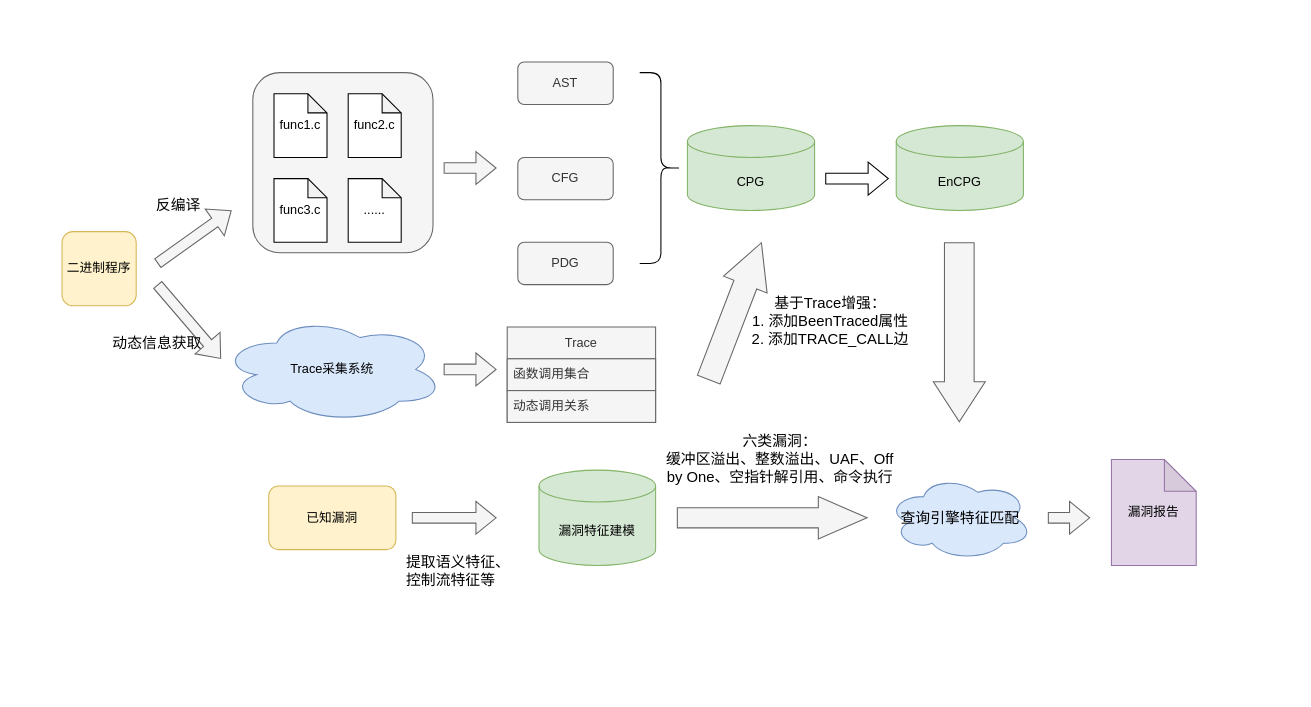
hourhl/Draw-io keeps this draw.io diagram as MindMap/总体方案.drawio. Above is the earlier version. Source tidied: cells renumbered, new cells numbered last; positions are measured from the earlier drawing's top-left corner, leaving out a move shared by most shapes. Both pictures are drawn from the tidied source at 106%, with x=0, y=0 at pixel (61, 61).
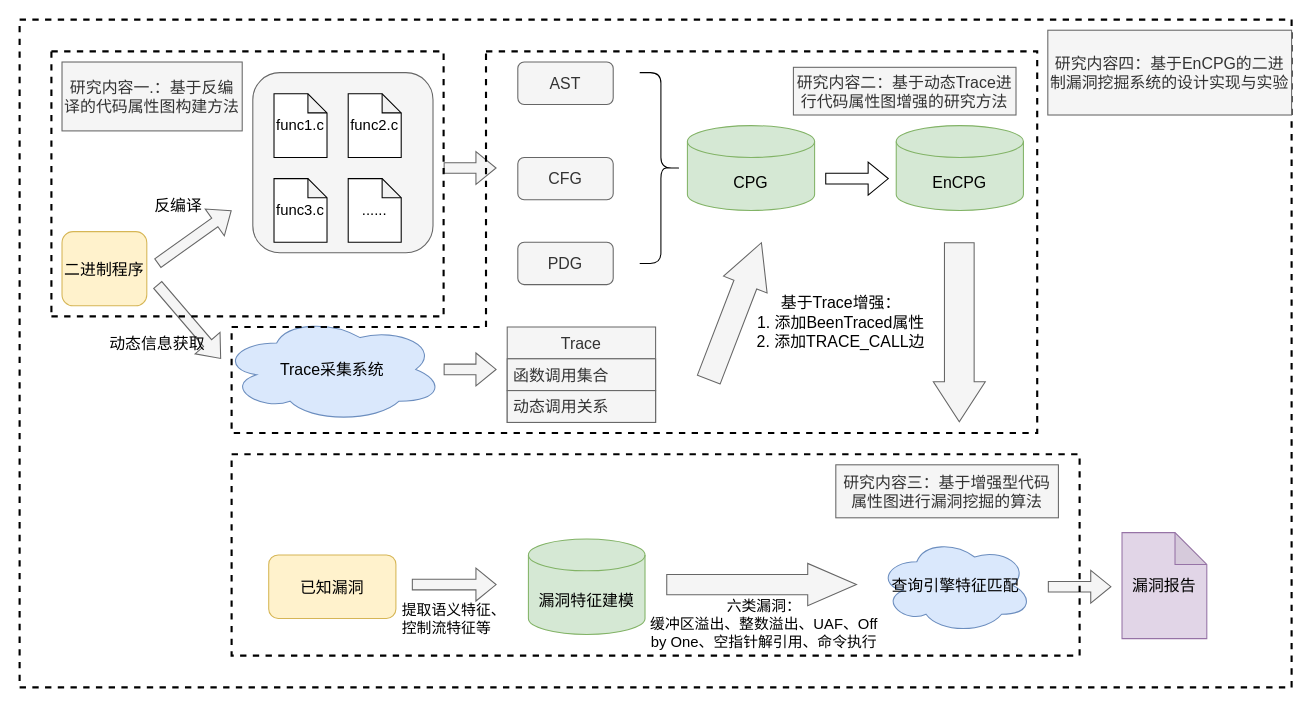
The same page after the edit.

Commit message:
更新总体方案.drawio

What changed in the source:
```diff
@@
-    <mxCell id="2" value="二进制程序" style="rounded=1;whiteSpace=wrap;html=1;fillColor=#fff2cc;strokeColor=#d6b656;" parent="1" vertex="1">
-      <mxGeometry y="160" width="70" height="70" as="geometry" />
+    <mxCell id="2" value="&lt;font style=&quot;font-size: 15px;&quot;&gt;二进制程序&lt;/font&gt;" style="rounded=1;whiteSpace=wrap;html=1;fillColor=#fff2cc;strokeColor=#d6b656;" parent="1" vertex="1">
+      <mxGeometry y="160" width="80" height="70" as="geometry" />
     </mxCell>
@@
-    <mxCell id="4" value="func1.c" style="shape=note;whiteSpace=wrap;html=1;backgroundOutline=1;darkOpacity=0.05;size=18;" parent="1" vertex="1">
+    <mxCell id="4" value="&lt;font style=&quot;font-size: 14px;&quot;&gt;func1.c&lt;/font&gt;" style="shape=note;whiteSpace=wrap;html=1;backgroundOutline=1;darkOpacity=0.05;size=18;" parent="1" vertex="1">
       <mxGeometry x="200" y="30" width="50" height="60" as="geometry" />
     </mxCell>
-    <mxCell id="5" value="func2.c" style="shape=note;whiteSpace=wrap;html=1;backgroundOutline=1;darkOpacity=0.05;size=18;" parent="1" vertex="1">
+    <mxCell id="5" value="&lt;font style=&quot;font-size: 14px;&quot;&gt;func2.c&lt;/font&gt;" style="shape=note;whiteSpace=wrap;html=1;backgroundOutline=1;darkOpacity=0.05;size=18;" parent="1" vertex="1">
       <mxGeometry x="270" y="30" width="50" height="60" as="geometry" />
     </mxCell>
-    <mxCell id="6" value="func3.c" style="shape=note;whiteSpace=wrap;html=1;backgroundOutline=1;darkOpacity=0.05;size=18;" parent="1" vertex="1">
+    <mxCell id="6" value="&lt;font style=&quot;font-size: 14px;&quot;&gt;func3.c&lt;/font&gt;" style="shape=note;whiteSpace=wrap;html=1;backgroundOutline=1;darkOpacity=0.05;size=18;" parent="1" vertex="1">
       <mxGeometry x="200" y="110" width="50" height="60" as="geometry" />
     </mxCell>
-    <mxCell id="7" value="......" style="shape=note;whiteSpace=wrap;html=1;backgroundOutline=1;darkOpacity=0.05;size=18;" parent="1" vertex="1">
+    <mxCell id="7" value="&lt;font style=&quot;font-size: 14px;&quot;&gt;......&lt;/font&gt;" style="shape=note;whiteSpace=wrap;html=1;backgroundOutline=1;darkOpacity=0.05;size=18;" parent="1" vertex="1">
       <mxGeometry x="270" y="110" width="50" height="60" as="geometry" />
     </mxCell>
@@
-    <mxCell id="9" value="AST" style="rounded=1;whiteSpace=wrap;html=1;fillColor=#f5f5f5;fontColor=#333333;strokeColor=#666666;" parent="1" vertex="1">
+    <mxCell id="9" value="&lt;font style=&quot;font-size: 15px;&quot;&gt;AST&lt;/font&gt;" style="rounded=1;whiteSpace=wrap;html=1;fillColor=#f5f5f5;fontColor=#333333;strokeColor=#666666;" parent="1" vertex="1">
       <mxGeometry x="430" width="90" height="40" as="geometry" />
     </mxCell>
-    <mxCell id="10" value="CFG" style="rounded=1;whiteSpace=wrap;html=1;fillColor=#f5f5f5;fontColor=#333333;strokeColor=#666666;" parent="1" vertex="1">
+    <mxCell id="10" value="&lt;font style=&quot;font-size: 15px;&quot;&gt;CFG&lt;/font&gt;" style="rounded=1;whiteSpace=wrap;html=1;fillColor=#f5f5f5;fontColor=#333333;strokeColor=#666666;" parent="1" vertex="1">
       <mxGeometry x="430" y="90" width="90" height="40" as="geometry" />
     </mxCell>
-    <mxCell id="11" value="PDG" style="rounded=1;whiteSpace=wrap;html=1;fillColor=#f5f5f5;fontColor=#333333;strokeColor=#666666;" parent="1" vertex="1">
+    <mxCell id="11" value="&lt;font style=&quot;font-size: 15px;&quot;&gt;PDG&lt;/font&gt;" style="rounded=1;whiteSpace=wrap;html=1;fillColor=#f5f5f5;fontColor=#333333;strokeColor=#666666;" parent="1" vertex="1">
       <mxGeometry x="430" y="170" width="90" height="40" as="geometry" />
     </mxCell>
@@
-    <mxCell id="13" value="CPG" style="shape=cylinder3;whiteSpace=wrap;html=1;boundedLbl=1;backgroundOutline=1;size=15;fillColor=#d5e8d4;strokeColor=#82b366;" parent="1" vertex="1">
+    <mxCell id="13" value="&lt;font style=&quot;font-size: 15px;&quot;&gt;CPG&lt;/font&gt;" style="shape=cylinder3;whiteSpace=wrap;html=1;boundedLbl=1;backgroundOutline=1;size=15;fillColor=#d5e8d4;strokeColor=#82b366;" parent="1" vertex="1">
       <mxGeometry x="590" y="60" width="120" height="80" as="geometry" />
     </mxCell>
-    <mxCell id="14" value="Trace采集系统" style="ellipse;shape=cloud;whiteSpace=wrap;html=1;fillColor=#dae8fc;strokeColor=#6c8ebf;" parent="1" vertex="1">
+    <mxCell id="14" value="&lt;font style=&quot;font-size: 15px;&quot;&gt;Trace采集系统&lt;/font&gt;" style="ellipse;shape=cloud;whiteSpace=wrap;html=1;fillColor=#dae8fc;strokeColor=#6c8ebf;" parent="1" vertex="1">
       <mxGeometry x="150" y="240" width="210" height="100" as="geometry" />
     </mxCell>
-    <mxCell id="15" value="Trace" style="swimlane;fontStyle=0;horizontal=1;startSize=30;whiteSpace=wrap;html=1;fillColor=#f5f5f5;fontColor=#333333;strokeColor=#666666;" parent="1" vertex="1">
+    <mxCell id="15" value="&lt;font style=&quot;font-size: 15px;&quot;&gt;Trace&lt;/font&gt;" style="swimlane;fontStyle=0;horizontal=1;startSize=30;whiteSpace=wrap;html=1;fillColor=#f5f5f5;fontColor=#333333;strokeColor=#666666;" parent="1" vertex="1">
       <mxGeometry x="420" y="250" width="140" height="90" as="geometry" />
     </mxCell>
-    <mxCell id="16" value="函数调用集合" style="text;strokeColor=#666666;fillColor=#f5f5f5;align=left;verticalAlign=middle;spacingLeft=4;spacingRight=4;overflow=hidden;whiteSpace=wrap;html=1;fontColor=#333333;" parent="15" vertex="1">
+    <mxCell id="16" value="&lt;font style=&quot;font-size: 15px;&quot;&gt;函数调用集合&lt;/font&gt;" style="text;strokeColor=#666666;fillColor=#f5f5f5;align=left;verticalAlign=middle;spacingLeft=4;spacingRight=4;overflow=hidden;whiteSpace=wrap;html=1;fontColor=#333333;" parent="15" vertex="1">
       <mxGeometry y="30" width="140" height="30" as="geometry" />
     </mxCell>
-    <mxCell id="17" value="动态调用关系" style="text;strokeColor=#666666;fillColor=#f5f5f5;align=left;verticalAlign=middle;spacingLeft=4;spacingRight=4;overflow=hidden;whiteSpace=wrap;html=1;fontColor=#333333;" parent="15" vertex="1">
+    <mxCell id="17" value="&lt;font style=&quot;font-size: 15px;&quot;&gt;动态调用关系&lt;/font&gt;" style="text;strokeColor=#666666;fillColor=#f5f5f5;align=left;verticalAlign=middle;spacingLeft=4;spacingRight=4;overflow=hidden;whiteSpace=wrap;html=1;fontColor=#333333;" parent="15" vertex="1">
       <mxGeometry y="60" width="140" height="30" as="geometry" />
     </mxCell>
@@
-    <mxCell id="20" value="EnCPG" style="shape=cylinder3;whiteSpace=wrap;html=1;boundedLbl=1;backgroundOutline=1;size=15;fillColor=#d5e8d4;strokeColor=#82b366;" parent="1" vertex="1">
+    <mxCell id="20" value="&lt;font style=&quot;font-size: 15px;&quot;&gt;EnCPG&lt;/font&gt;" style="shape=cylinder3;whiteSpace=wrap;html=1;boundedLbl=1;backgroundOutline=1;size=15;fillColor=#d5e8d4;strokeColor=#82b366;" parent="1" vertex="1">
       <mxGeometry x="787" y="60" width="120" height="80" as="geometry" />
     </mxCell>
@@
-    <mxCell id="24" value="&lt;font style=&quot;font-size: 14px;&quot;&gt;反编译&lt;/font&gt;" style="text;html=1;whiteSpace=wrap;strokeColor=none;fillColor=none;align=center;verticalAlign=middle;rounded=0;" parent="1" vertex="1">
+    <mxCell id="24" value="&lt;font style=&quot;font-size: 15px;&quot;&gt;反编译&lt;/font&gt;" style="text;html=1;whiteSpace=wrap;strokeColor=none;fillColor=none;align=center;verticalAlign=middle;rounded=0;" parent="1" vertex="1">
       <mxGeometry x="80" y="120" width="60" height="30" as="geometry" />
     </mxCell>
-    <mxCell id="25" value="&lt;font style=&quot;font-size: 14px;&quot;&gt;动态信息获取&lt;/font&gt;" style="text;html=1;whiteSpace=wrap;strokeColor=none;fillColor=none;align=center;verticalAlign=middle;rounded=0;" parent="1" vertex="1">
+    <mxCell id="25" value="&lt;font style=&quot;font-size: 15px;&quot;&gt;动态信息获取&lt;/font&gt;" style="text;html=1;whiteSpace=wrap;strokeColor=none;fillColor=none;align=center;verticalAlign=middle;rounded=0;" parent="1" vertex="1">
       <mxGeometry x="40" y="250" width="100" height="30" as="geometry" />
     </mxCell>
-    <mxCell id="26" value="&lt;font style=&quot;font-size: 14px;&quot;&gt;基于Trace增强：&lt;/font&gt;&lt;div&gt;&lt;font style=&quot;font-size: 14px;&quot;&gt;1. 添加BeenTraced属性&lt;/font&gt;&lt;/div&gt;&lt;div&gt;&lt;font style=&quot;font-size: 14px;&quot;&gt;2. 添加TRACE_CALL边&lt;/font&gt;&lt;/div&gt;" style="text;html=1;whiteSpace=wrap;strokeColor=none;fillColor=none;align=center;verticalAlign=middle;rounded=0;" parent="1" vertex="1">
-      <mxGeometry x="650" y="230" width="150" height="30" as="geometry" />
+    <mxCell id="26" value="&lt;font style=&quot;font-size: 15px;&quot;&gt;基于Trace增强：&lt;/font&gt;&lt;div&gt;&lt;font style=&quot;font-size: 15px;&quot;&gt;1. 添加BeenTraced属性&lt;/font&gt;&lt;/div&gt;&lt;div&gt;&lt;font style=&quot;font-size: 15px;&quot;&gt;2. 添加TRACE_CALL边&lt;/font&gt;&lt;/div&gt;" style="text;html=1;whiteSpace=wrap;strokeColor=none;fillColor=none;align=center;verticalAlign=middle;rounded=0;" parent="1" vertex="1">
+      <mxGeometry x="650" y="230" width="170" height="30" as="geometry" />
     </mxCell>
-    <mxCell id="27" value="已知漏洞" style="rounded=1;whiteSpace=wrap;html=1;fillColor=#fff2cc;strokeColor=#d6b656;" parent="1" vertex="1">
-      <mxGeometry x="195" y="400" width="120" height="60" as="geometry" />
+    <mxCell id="27" value="&lt;font style=&quot;font-size: 15px;&quot;&gt;已知漏洞&lt;/font&gt;" style="rounded=1;whiteSpace=wrap;html=1;fillColor=#fff2cc;strokeColor=#d6b656;" parent="1" vertex="1">
+      <mxGeometry x="195" y="465" width="120" height="60" as="geometry" />
     </mxCell>
-    <mxCell id="28" value="漏洞特征建模" style="shape=cylinder3;whiteSpace=wrap;html=1;boundedLbl=1;backgroundOutline=1;size=15;fillColor=#d5e8d4;strokeColor=#82b366;" parent="1" vertex="1">
-      <mxGeometry x="450" y="385" width="110" height="90" as="geometry" />
+    <mxCell id="28" value="&lt;font style=&quot;font-size: 15px;&quot;&gt;漏洞特征建模&lt;/font&gt;" style="shape=cylinder3;whiteSpace=wrap;html=1;boundedLbl=1;backgroundOutline=1;size=15;fillColor=#d5e8d4;strokeColor=#82b366;" parent="1" vertex="1">
+      <mxGeometry x="440" y="450" width="110" height="90" as="geometry" />
     </mxCell>
     <mxCell id="29" style="shape=flexArrow;endArrow=classic;html=1;rounded=0;fillColor=#f5f5f5;strokeColor=#666666;" parent="1" edge="1">
       <mxGeometry relative="1" as="geometry">
-        <mxPoint x="330" y="430" as="sourcePoint" />
-        <mxPoint x="410" y="430" as="targetPoint" />
+        <mxPoint x="330" y="493" as="sourcePoint" />
+        <mxPoint x="410" y="493" as="targetPoint" />
       </mxGeometry>
     </mxCell>
     <mxCell id="30" value="&lt;div style=&quot;text-align: justify;&quot;&gt;&lt;span style=&quot;font-size: 14px; background-color: transparent; color: light-dark(rgb(0, 0, 0), rgb(255, 255, 255));&quot;&gt;提取语义特征、控制流特征等&lt;/span&gt;&lt;/div&gt;" style="text;html=1;whiteSpace=wrap;strokeColor=none;fillColor=none;align=center;verticalAlign=middle;rounded=0;" parent="1" vertex="1">
-      <mxGeometry x="324" y="465" width="100" height="30" as="geometry" />
+      <mxGeometry x="320" y="510" width="100" height="30" as="geometry" />
     </mxCell>
-    <mxCell id="31" value="&lt;div style=&quot;text-align: justify;&quot;&gt;&lt;span style=&quot;background-color: transparent; color: light-dark(rgb(0, 0, 0), rgb(255, 255, 255));&quot;&gt;&lt;font style=&quot;font-size: 14px;&quot;&gt;查询引擎特征匹配&lt;/font&gt;&lt;/span&gt;&lt;/div&gt;" style="ellipse;shape=cloud;whiteSpace=wrap;html=1;fillColor=#dae8fc;strokeColor=#6c8ebf;" parent="1" vertex="1">
-      <mxGeometry x="778.5" y="390" width="137" height="80" as="geometry" />
+    <mxCell id="31" value="&lt;div style=&quot;text-align: justify;&quot;&gt;&lt;span style=&quot;background-color: transparent; color: light-dark(rgb(0, 0, 0), rgb(255, 255, 255));&quot;&gt;&lt;font style=&quot;font-size: 15px;&quot;&gt;查询引擎特征匹配&lt;/font&gt;&lt;/span&gt;&lt;/div&gt;" style="ellipse;shape=cloud;whiteSpace=wrap;html=1;fillColor=#dae8fc;strokeColor=#6c8ebf;" parent="1" vertex="1">
+      <mxGeometry x="770" y="449" width="145.5" height="90" as="geometry" />
     </mxCell>
-    <mxCell id="32" value="漏洞报告" style="shape=note;whiteSpace=wrap;html=1;backgroundOutline=1;darkOpacity=0.05;fillColor=#e1d5e7;strokeColor=#9673a6;" parent="1" vertex="1">
-      <mxGeometry x="990" y="375" width="80" height="100" as="geometry" />
+    <mxCell id="32" value="&lt;font style=&quot;font-size: 15px;&quot;&gt;漏洞报告&lt;/font&gt;" style="shape=note;whiteSpace=wrap;html=1;backgroundOutline=1;darkOpacity=0.05;fillColor=#e1d5e7;strokeColor=#9673a6;" parent="1" vertex="1">
+      <mxGeometry x="1000" y="444" width="80" height="100" as="geometry" />
     </mxCell>
@@
     <mxCell id="34" style="shape=flexArrow;endArrow=classic;html=1;rounded=0;width=19;endSize=15;fillColor=#f5f5f5;strokeColor=#666666;" parent="1" edge="1">
       <mxGeometry relative="1" as="geometry">
-        <mxPoint x="580" y="430" as="sourcePoint" />
-        <mxPoint x="760" y="430" as="targetPoint" />
+        <mxPoint x="570" y="493" as="sourcePoint" />
+        <mxPoint x="750" y="493" as="targetPoint" />
       </mxGeometry>
     </mxCell>
     <mxCell id="35" style="shape=flexArrow;endArrow=classic;html=1;rounded=0;fillColor=#f5f5f5;strokeColor=#666666;" parent="1" edge="1">
       <mxGeometry relative="1" as="geometry">
-        <mxPoint x="930" y="430" as="sourcePoint" />
-        <mxPoint x="970" y="430" as="targetPoint" />
+        <mxPoint x="930" y="495" as="sourcePoint" />
+        <mxPoint x="990" y="495" as="targetPoint" />
       </mxGeometry>
     </mxCell>
     <mxCell id="36" value="&lt;font style=&quot;font-size: 14px;&quot;&gt;六类漏洞：&lt;/font&gt;&lt;div&gt;&lt;font style=&quot;font-size: 14px;&quot;&gt;缓冲区溢出、&lt;/font&gt;&lt;span style=&quot;font-size: 14px; background-color: transparent; color: light-dark(rgb(0, 0, 0), rgb(255, 255, 255));&quot;&gt;整数溢出、&lt;/span&gt;&lt;span style=&quot;font-size: 14px; background-color: transparent; color: light-dark(rgb(0, 0, 0), rgb(255, 255, 255));&quot;&gt;UAF、&lt;/span&gt;&lt;span style=&quot;font-size: 14px; background-color: transparent; color: light-dark(rgb(0, 0, 0), rgb(255, 255, 255));&quot;&gt;Off by One、&lt;/span&gt;&lt;span style=&quot;font-size: 14px; background-color: transparent; color: light-dark(rgb(0, 0, 0), rgb(255, 255, 255));&quot;&gt;空指针解引用、&lt;/span&gt;&lt;span style=&quot;font-size: 14px; background-color: transparent; color: light-dark(rgb(0, 0, 0), rgb(255, 255, 255));&quot;&gt;命令执行&lt;/span&gt;&lt;/div&gt;" style="text;html=1;whiteSpace=wrap;strokeColor=none;fillColor=none;align=center;verticalAlign=middle;rounded=0;" parent="1" vertex="1">
-      <mxGeometry x="560" y="340" width="235" height="70" as="geometry" />
+      <mxGeometry x="545" y="495" width="235" height="70" as="geometry" />
     </mxCell>
+    <mxCell id="37" style="endArrow=none;dashed=1;html=1;rounded=0;strokeWidth=2;" parent="1" edge="1">
+      <mxGeometry relative="1" as="geometry">
+        <mxPoint x="-10" y="-10" as="sourcePoint" />
+        <mxPoint x="-10" y="240" as="targetPoint" />
+        <Array as="points">
+          <mxPoint x="360" y="-10" />
+          <mxPoint x="360" y="240" />
+        </Array>
+      </mxGeometry>
+    </mxCell>
+    <mxCell id="38" style="endArrow=none;dashed=1;html=1;rounded=0;strokeWidth=2;" parent="1" edge="1">
+      <mxGeometry relative="1" as="geometry">
+        <mxPoint x="-10" y="-10" as="sourcePoint" />
+        <mxPoint x="-10" y="240" as="targetPoint" />
+      </mxGeometry>
+    </mxCell>
+    <mxCell id="39" value="&lt;font style=&quot;font-size: 15px;&quot;&gt;研究内容一.：基于反编译的代码属性图构建方法&lt;/font&gt;" style="text;html=1;whiteSpace=wrap;strokeColor=#666666;fillColor=#f5f5f5;align=center;verticalAlign=middle;rounded=0;fontColor=#333333;" parent="1" vertex="1">
+      <mxGeometry width="170" height="65" as="geometry" />
+    </mxCell>
+    <mxCell id="40" style="endArrow=none;dashed=1;html=1;rounded=0;strokeWidth=2;" parent="1" edge="1">
+      <mxGeometry relative="1" as="geometry">
+        <mxPoint x="400" y="-10" as="sourcePoint" />
+        <mxPoint x="400" y="-10" as="targetPoint" />
+        <Array as="points">
+          <mxPoint x="920" y="-10" />
+          <mxPoint x="920" y="350" />
+          <mxPoint x="160" y="350" />
+          <mxPoint x="160" y="250" />
+          <mxPoint x="400" y="250" />
+        </Array>
+      </mxGeometry>
+    </mxCell>
+    <mxCell id="41" value="&lt;font style=&quot;font-size: 15px;&quot;&gt;研究内容二：基于动态Trace进行代码属性图增强的研究方法&lt;/font&gt;" style="text;html=1;whiteSpace=wrap;strokeColor=#666666;fillColor=#f5f5f5;align=center;verticalAlign=middle;rounded=0;fontColor=#333333;" parent="1" vertex="1">
+      <mxGeometry x="690" y="5" width="210" height="45" as="geometry" />
+    </mxCell>
+    <mxCell id="42" style="endArrow=none;dashed=1;html=1;rounded=0;strokeWidth=2;" parent="1" edge="1">
+      <mxGeometry relative="1" as="geometry">
+        <mxPoint x="160" y="370" as="sourcePoint" />
+        <mxPoint x="160" y="370" as="targetPoint" />
+        <Array as="points">
+          <mxPoint x="560" y="370" />
+          <mxPoint x="960" y="370" />
+          <mxPoint x="960" y="560" />
+          <mxPoint x="550" y="560" />
+          <mxPoint x="160" y="560" />
+        </Array>
+      </mxGeometry>
+    </mxCell>
+    <mxCell id="43" value="&lt;font style=&quot;font-size: 15px;&quot;&gt;研究内容三：基于增强型代码属性图进行漏洞挖掘的算法&lt;/font&gt;" style="text;html=1;whiteSpace=wrap;strokeColor=#666666;fillColor=#f5f5f5;align=center;verticalAlign=middle;rounded=0;fontColor=#333333;" parent="1" vertex="1">
+      <mxGeometry x="730" y="380" width="210" height="50" as="geometry" />
+    </mxCell>
+    <mxCell id="44" style="endArrow=none;dashed=1;html=1;rounded=0;strokeWidth=2;" parent="1" edge="1">
+      <mxGeometry relative="1" as="geometry">
+        <mxPoint x="-40" y="-40" as="sourcePoint" />
+        <mxPoint x="-40" y="-40" as="targetPoint" />
+        <Array as="points">
+          <mxPoint x="1160" y="-40" />
+          <mxPoint x="1160" y="290" />
+          <mxPoint x="1160" y="590" />
+          <mxPoint x="-40" y="590" />
+        </Array>
+      </mxGeometry>
+    </mxCell>
+    <mxCell id="45" value="&lt;font style=&quot;font-size: 15px;&quot;&gt;研究内容四：基于EnCPG的二进制漏洞挖掘系统的设计实现与实验&lt;/font&gt;" style="text;html=1;whiteSpace=wrap;strokeColor=#666666;fillColor=#f5f5f5;align=center;verticalAlign=middle;rounded=0;fontColor=#333333;" parent="1" vertex="1">
+      <mxGeometry x="930" y="-30" width="230" height="80" as="geometry" />
+    </mxCell>
```
